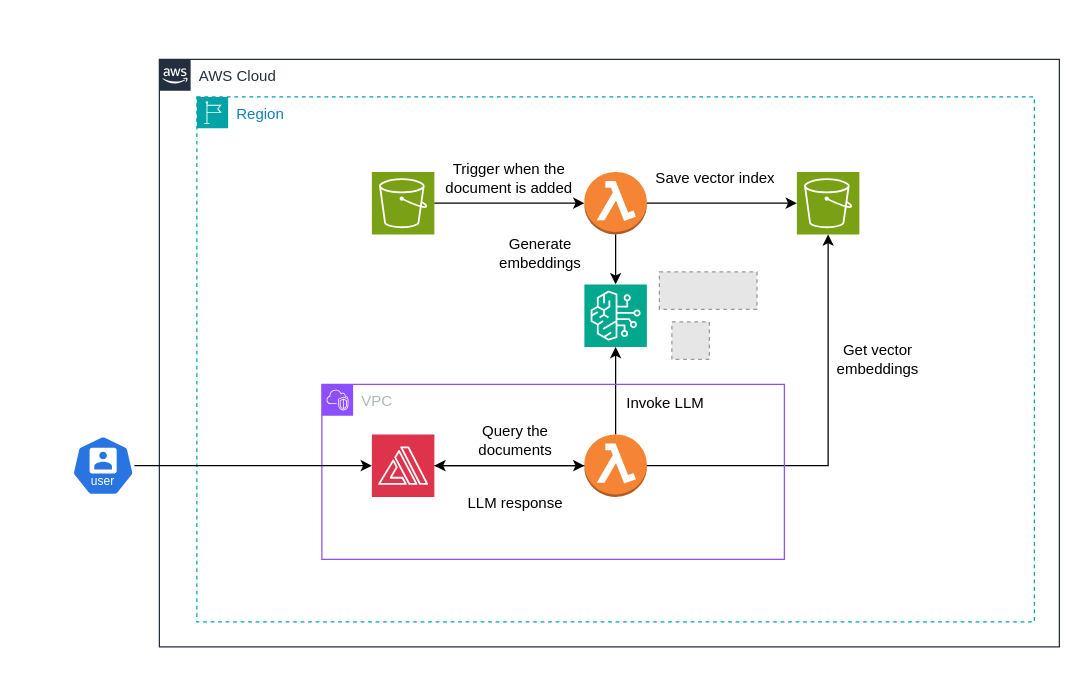
arpan65/Insurance-RAG-Chatbot keeps this draw.io diagram as architecture/RAG.drawio. Above is the earlier version. Source tidied: cells renumbered, new cells numbered last; positions are measured from the earlier drawing's top-left corner, leaving out a move shared by most shapes. Both pictures are drawn from the tidied source at 125%, with x=0, y=0 at pixel (71, 59). Pictures stored in the file or linked from it are replaced by grey dashed boxes.
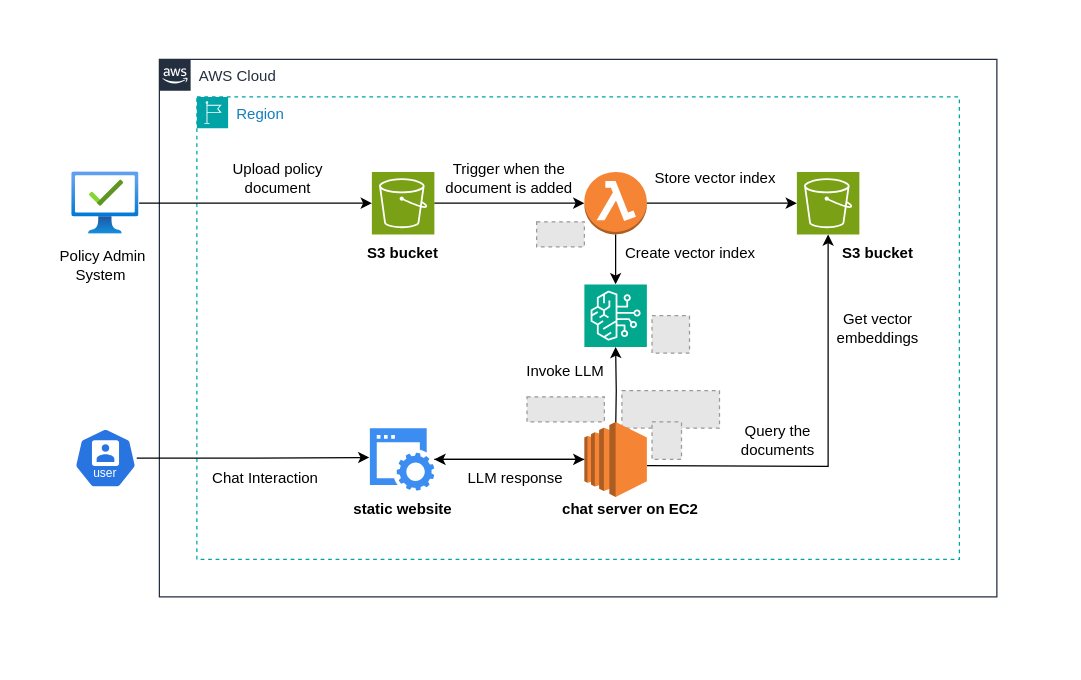
The same page after the edit.

The change refers to these unchanged cells:
```xml
<mxCell id="4" style="sketch=0;points=[[0,0,0],[0.25,0,0],[0.5,0,0],[0.75,0,0],[1,0,0],[0,1,0],[0.25,1,0],[0.5,1,0],[0.75,1,0],[1,1,0],[0,0.25,0],[0,0.5,0],[0,0.75,0],[1,0.25,0],[1,0.5,0],[1,0.75,0]];outlineConnect=0;fontColor=#232F3E;fillColor=#7AA116;strokeColor=#ffffff;dashed=0;verticalLabelPosition=bottom;verticalAlign=top;align=center;html=1;fontSize=12;fontStyle=0;shape=mxgraph.aws4.resourceIcon;resIcon=mxgraph.aws4.s3;" parent="3" vertex="1">
  <mxGeometry x="140" y="60" width="50" height="50" as="geometry" />
</mxCell>
<mxCell id="6" style="sketch=0;points=[[0,0,0],[0.25,0,0],[0.5,0,0],[0.75,0,0],[1,0,0],[0,1,0],[0.25,1,0],[0.5,1,0],[0.75,1,0],[1,1,0],[0,0.25,0],[0,0.5,0],[0,0.75,0],[1,0.25,0],[1,0.5,0],[1,0.75,0]];outlineConnect=0;fontColor=#232F3E;fillColor=#01A88D;strokeColor=#ffffff;dashed=0;verticalLabelPosition=bottom;verticalAlign=top;align=center;html=1;fontSize=12;fontStyle=0;shape=mxgraph.aws4.resourceIcon;resIcon=mxgraph.aws4.bedrock;" parent="3" vertex="1">
  <mxGeometry x="310" y="150" width="50" height="50" as="geometry" />
</mxCell>
<mxCell id="7" style="sketch=0;points=[[0,0,0],[0.25,0,0],[0.5,0,0],[0.75,0,0],[1,0,0],[0,1,0],[0.25,1,0],[0.5,1,0],[0.75,1,0],[1,1,0],[0,0.25,0],[0,0.5,0],[0,0.75,0],[1,0.25,0],[1,0.5,0],[1,0.75,0]];outlineConnect=0;fontColor=#232F3E;fillColor=#7AA116;strokeColor=#ffffff;dashed=0;verticalLabelPosition=bottom;verticalAlign=top;align=center;html=1;fontSize=12;fontStyle=0;shape=mxgraph.aws4.resourceIcon;resIcon=mxgraph.aws4.s3;" parent="3" vertex="1">
  <mxGeometry x="480" y="60" width="50" height="50" as="geometry" />
</mxCell>
```

Diff of the diagram source:
```diff
@@
     <mxCell id="2" value="AWS Cloud" style="gradientColor=none;html=1;whiteSpace=wrap;fontSize=12;fontStyle=0;shape=mxgraph.aws4.group;grIcon=mxgraph.aws4.group_aws_cloud_alt;strokeColor=#232F3E;fillColor=none;verticalAlign=top;align=left;spacingLeft=30;fontColor=#232F3E;dashed=0;" parent="1" vertex="1">
-      <mxGeometry x="70" width="720" height="470" as="geometry" />
+      <mxGeometry x="70" width="670" height="430" as="geometry" />
     </mxCell>
     <mxCell id="3" value="Region" style="gradientColor=none;html=1;whiteSpace=wrap;fontSize=12;fontStyle=0;shape=mxgraph.aws4.group;grIcon=mxgraph.aws4.group_region;strokeColor=#00A4A6;fillColor=none;verticalAlign=top;align=left;spacingLeft=30;fontColor=#147EBA;dashed=1;" parent="2" vertex="1">
-      <mxGeometry x="30" y="30" width="670" height="420" as="geometry" />
+      <mxGeometry x="30" y="30" width="610" height="370" as="geometry" />
     </mxCell>
@@
-    <mxCell id="11" style="fillColor=#E6E6E6;strokeColor=#999999;dashed=1;verticalLabelPosition=bottom;labelBackgroundColor=default;verticalAlign=top;" parent="3" vertex="1">
-      <mxGeometry x="370" y="140" width="78.1" height="30" as="geometry" />
-    </mxCell>
-    <mxCell id="12" style="edgeStyle=orthogonalEdgeStyle;rounded=0;jettySize=auto;html=1;" parent="3" edge="1" source="13" target="15">
-      <mxGeometry relative="1" as="geometry" />
-    </mxCell>
-    <mxCell id="13" style="sketch=0;points=[[0,0,0],[0.25,0,0],[0.5,0,0],[0.75,0,0],[1,0,0],[0,1,0],[0.25,1,0],[0.5,1,0],[0.75,1,0],[1,1,0],[0,0.25,0],[0,0.5,0],[0,0.75,0],[1,0.25,0],[1,0.5,0],[1,0.75,0]];outlineConnect=0;fontColor=#232F3E;fillColor=#DD344C;strokeColor=#ffffff;dashed=0;verticalLabelPosition=bottom;verticalAlign=top;align=center;html=1;fontSize=12;fontStyle=0;shape=mxgraph.aws4.resourceIcon;resIcon=mxgraph.aws4.amplify;" parent="3" vertex="1">
-      <mxGeometry x="140" y="270" width="50" height="50" as="geometry" />
-    </mxCell>
-    <mxCell id="14" style="edgeStyle=orthogonalEdgeStyle;rounded=0;jettySize=auto;html=1;" parent="3" edge="1" source="15" target="6">
-      <mxGeometry relative="1" as="geometry" />
+    <mxCell id="14" style="edgeStyle=orthogonalEdgeStyle;rounded=0;jettySize=auto;html=1;" parent="3" edge="1" target="6">
+      <mxGeometry relative="1" as="geometry">
+        <mxPoint x="335" y="270" as="sourcePoint" />
+      </mxGeometry>
     </mxCell>
-    <mxCell id="15" style="outlineConnect=0;dashed=0;verticalLabelPosition=bottom;verticalAlign=top;align=center;html=1;shape=mxgraph.aws3.lambda_function;fillColor=#F58534;gradientColor=none;" parent="3" vertex="1">
-      <mxGeometry x="310" y="270" width="50" height="50" as="geometry" />
-    </mxCell>
-    <mxCell id="16" style="edgeStyle=orthogonalEdgeStyle;rounded=0;jettySize=auto;html=1;entryX=0.5;entryY=1;entryDx=0;entryDy=0;entryPerimeter=0;" parent="3" edge="1" source="15" target="7">
-      <mxGeometry relative="1" as="geometry" />
+    <mxCell id="16" style="edgeStyle=orthogonalEdgeStyle;rounded=0;jettySize=auto;html=1;entryX=0.5;entryY=1;entryDx=0;entryDy=0;entryPerimeter=0;" parent="3" edge="1" target="7">
+      <mxGeometry relative="1" as="geometry">
+        <mxPoint x="360" y="295" as="sourcePoint" />
+      </mxGeometry>
     </mxCell>
-    <mxCell id="17" style="edgeStyle=orthogonalEdgeStyle;rounded=0;jettySize=auto;html=1;entryX=1;entryY=0.5;entryDx=0;entryDy=0;entryPerimeter=0;" parent="3" edge="1" source="15" target="13">
-      <mxGeometry relative="1" as="geometry" />
-    </mxCell>
-    <mxCell id="18" value="VPC" style="gradientColor=none;html=1;whiteSpace=wrap;fontSize=12;fontStyle=0;shape=mxgraph.aws4.group;grIcon=mxgraph.aws4.group_vpc2;strokeColor=#8C4FFF;fillColor=none;verticalAlign=top;align=left;spacingLeft=30;fontColor=#AAB7B8;dashed=0;" parent="3" vertex="1">
-      <mxGeometry x="100" y="230" width="370" height="140" as="geometry" />
-    </mxCell>
+    <mxCell id="22" value="Trigger when the document is added" style="text;html=1;align=center;verticalAlign=middle;whiteSpace=wrap;rounded=0;" parent="3" vertex="1">
+      <mxGeometry x="195" y="50" width="110" height="30" as="geometry" />
+    </mxCell>
+    <mxCell id="24" value="Store vector index" style="text;html=1;align=center;verticalAlign=middle;whiteSpace=wrap;rounded=0;" parent="3" vertex="1">
+      <mxGeometry x="360" y="50" width="110" height="30" as="geometry" />
+    </mxCell>
+    <mxCell id="25" style="fillColor=#E6E6E6;strokeColor=#999999;dashed=1;verticalLabelPosition=bottom;labelBackgroundColor=default;verticalAlign=top;" parent="3" vertex="1">
+      <mxGeometry x="364.1" y="175" width="30" height="30" as="geometry" />
+    </mxCell>
+    <mxCell id="26" value="Get vector embeddings" style="text;html=1;align=center;verticalAlign=middle;whiteSpace=wrap;rounded=0;" parent="3" vertex="1">
+      <mxGeometry x="490" y="170" width="110" height="30" as="geometry" />
+    </mxCell>
+    <mxCell id="29" value="Chat Interaction" style="text;html=1;align=center;verticalAlign=middle;whiteSpace=wrap;rounded=0;" parent="3" vertex="1">
+      <mxGeometry y="290" width="110" height="30" as="geometry" />
+    </mxCell>
+    <mxCell id="30" value="Upload policy document" style="text;html=1;align=center;verticalAlign=middle;whiteSpace=wrap;rounded=0;" parent="3" vertex="1">
+      <mxGeometry x="10" y="50" width="110" height="30" as="geometry" />
+    </mxCell>
-    <mxCell id="19" value="Query the documents" style="text;html=1;align=center;verticalAlign=middle;whiteSpace=wrap;rounded=0;" parent="18" vertex="1">
-      <mxGeometry x="100" y="30" width="110" height="30" as="geometry" />
+    <mxCell id="19" value="Query the documents" style="text;html=1;align=center;verticalAlign=middle;whiteSpace=wrap;rounded=0;" parent="3" vertex="1">
+      <mxGeometry x="410" y="260" width="110" height="30" as="geometry" />
     </mxCell>
-    <mxCell id="20" value="Invoke LLM" style="text;html=1;align=center;verticalAlign=middle;whiteSpace=wrap;rounded=0;" parent="18" vertex="1">
-      <mxGeometry x="220" width="110" height="30" as="geometry" />
+    <mxCell id="20" value="Invoke LLM" style="text;html=1;align=center;verticalAlign=middle;whiteSpace=wrap;rounded=0;" parent="3" vertex="1">
+      <mxGeometry x="240" y="205" width="110" height="30" as="geometry" />
     </mxCell>
-    <mxCell id="21" value="LLM response" style="text;html=1;align=center;verticalAlign=middle;whiteSpace=wrap;rounded=0;" parent="18" vertex="1">
-      <mxGeometry x="100" y="80" width="110" height="30" as="geometry" />
+    <mxCell id="21" value="LLM response" style="text;html=1;align=center;verticalAlign=middle;whiteSpace=wrap;rounded=0;" parent="3" vertex="1">
+      <mxGeometry x="200" y="290" width="110" height="30" as="geometry" />
     </mxCell>
-    <mxCell id="22" value="Trigger when the document is added" style="text;html=1;align=center;verticalAlign=middle;whiteSpace=wrap;rounded=0;" parent="3" vertex="1">
-      <mxGeometry x="195" y="50" width="110" height="30" as="geometry" />
-    </mxCell>
-    <mxCell id="23" value="Generate embeddings" style="text;html=1;align=center;verticalAlign=middle;whiteSpace=wrap;rounded=0;" parent="3" vertex="1">
-      <mxGeometry x="220" y="110" width="110" height="30" as="geometry" />
-    </mxCell>
-    <mxCell id="24" value="Save vector index" style="text;html=1;align=center;verticalAlign=middle;whiteSpace=wrap;rounded=0;" parent="3" vertex="1">
-      <mxGeometry x="360" y="50" width="110" height="30" as="geometry" />
-    </mxCell>
-    <mxCell id="25" style="fillColor=#E6E6E6;strokeColor=#999999;dashed=1;verticalLabelPosition=bottom;labelBackgroundColor=default;verticalAlign=top;" parent="3" vertex="1">
-      <mxGeometry x="380" y="180" width="30" height="30" as="geometry" />
-    </mxCell>
-    <mxCell id="26" value="Get vector embeddings" style="text;html=1;align=center;verticalAlign=middle;whiteSpace=wrap;rounded=0;" parent="3" vertex="1">
-      <mxGeometry x="490" y="195" width="110" height="30" as="geometry" />
-    </mxCell>
+    <mxCell id="31" style="sketch=0;html=1;strokeColor=none;shadow=0;fillColor=#3B8DF1;verticalAlign=top;labelPosition=center;verticalLabelPosition=bottom;shape=mxgraph.gcp2.website;" parent="3" vertex="1">
+      <mxGeometry x="138.4" y="265" width="51.5" height="50" as="geometry" />
+    </mxCell>
+    <mxCell id="32" style="fillColor=#E6E6E6;strokeColor=#999999;dashed=1;verticalLabelPosition=bottom;labelBackgroundColor=default;verticalAlign=top;" parent="3" vertex="1">
+      <mxGeometry x="264.1" y="240" width="61.9" height="20" as="geometry" />
+    </mxCell>
+    <mxCell id="11" style="fillColor=#E6E6E6;strokeColor=#999999;dashed=1;verticalLabelPosition=bottom;labelBackgroundColor=default;verticalAlign=top;" parent="3" vertex="1">
+      <mxGeometry x="340" y="235" width="78.1" height="30" as="geometry" />
+    </mxCell>
+    <mxCell id="33" style="edgeStyle=orthogonalEdgeStyle;rounded=0;jettySize=auto;html=1;" parent="3" edge="1" source="34">
+      <mxGeometry relative="1" as="geometry">
+        <mxPoint x="190" y="290" as="targetPoint" />
+      </mxGeometry>
+    </mxCell>
+    <mxCell id="34" style="outlineConnect=0;dashed=0;verticalLabelPosition=bottom;verticalAlign=top;align=center;html=1;shape=mxgraph.aws3.ec2;fillColor=#F58534;gradientColor=none;" parent="3" vertex="1">
+      <mxGeometry x="310" y="260" width="50" height="60" as="geometry" />
+    </mxCell>
+    <mxCell id="35" style="edgeStyle=orthogonalEdgeStyle;rounded=0;jettySize=auto;html=1;entryX=0;entryY=0.5;entryDx=0;entryDy=0;entryPerimeter=0;" parent="3" edge="1" source="31" target="34">
+      <mxGeometry relative="1" as="geometry" />
+    </mxCell>
+    <mxCell id="36" value="&lt;b&gt;static website&lt;/b&gt;" style="text;html=1;align=center;verticalAlign=middle;whiteSpace=wrap;rounded=0;" parent="3" vertex="1">
+      <mxGeometry x="110" y="315" width="110" height="30" as="geometry" />
+    </mxCell>
+    <mxCell id="37" value="&lt;b&gt;chat server on EC2&lt;/b&gt;" style="text;html=1;align=center;verticalAlign=middle;whiteSpace=wrap;rounded=0;" parent="3" vertex="1">
+      <mxGeometry x="284.1" y="315" width="126" height="30" as="geometry" />
+    </mxCell>
+    <mxCell id="38" value="&lt;b&gt;S3 bucket&lt;/b&gt;" style="text;html=1;align=center;verticalAlign=middle;whiteSpace=wrap;rounded=0;" parent="3" vertex="1">
+      <mxGeometry x="110" y="110" width="110" height="30" as="geometry" />
+    </mxCell>
+    <mxCell id="39" value="&lt;b&gt;S3 bucket&lt;/b&gt;" style="text;html=1;align=center;verticalAlign=middle;whiteSpace=wrap;rounded=0;" parent="3" vertex="1">
+      <mxGeometry x="490" y="110" width="110" height="30" as="geometry" />
+    </mxCell>
+    <mxCell id="40" value="Create vector index" style="text;html=1;align=center;verticalAlign=middle;whiteSpace=wrap;rounded=0;" parent="3" vertex="1">
+      <mxGeometry x="340" y="110" width="110" height="30" as="geometry" />
+    </mxCell>
+    <mxCell id="41" style="fillColor=#E6E6E6;strokeColor=#999999;dashed=1;verticalLabelPosition=bottom;labelBackgroundColor=default;verticalAlign=top;" parent="3" vertex="1">
+      <mxGeometry x="364.1" y="260" width="23.6" height="30" as="geometry" />
+    </mxCell>
+    <mxCell id="42" style="fillColor=#E6E6E6;strokeColor=#999999;dashed=1;verticalLabelPosition=bottom;labelBackgroundColor=default;verticalAlign=top;" parent="3" vertex="1">
+      <mxGeometry x="271.8" y="100" width="38.2" height="20" as="geometry" />
+    </mxCell>
     <mxCell id="27" style="sketch=0;html=1;dashed=0;whitespace=wrap;verticalLabelPosition=bottom;verticalAlign=top;fillColor=#2875E2;strokeColor=#ffffff;points=[[0.005,0.63,0],[0.1,0.2,0],[0.9,0.2,0],[0.5,0,0],[0.995,0.63,0],[0.72,0.99,0],[0.5,1,0],[0.28,0.99,0]];shape=mxgraph.kubernetes.icon2;kubernetesLabel=1;prIcon=user;" parent="1" vertex="1">
-      <mxGeometry y="301" width="50" height="48" as="geometry" />
+      <mxGeometry x="1.9" y="295" width="50" height="48" as="geometry" />
     </mxCell>
-    <mxCell id="28" style="edgeStyle=orthogonalEdgeStyle;rounded=0;jettySize=auto;html=1;entryX=0;entryY=0.5;entryDx=0;entryDy=0;entryPerimeter=0;" parent="1" edge="1" source="27" target="13">
-      <mxGeometry relative="1" as="geometry" />
-    </mxCell>
+    <mxCell id="43" style="image;html=1;points=[];align=center;fontSize=12;image=img/lib/azure2/management_governance/Managed_Desktop.svg;" parent="1" vertex="1">
+      <mxGeometry y="90" width="53.8" height="50" as="geometry" />
+    </mxCell>
+    <mxCell id="44" value="Policy Admin System&amp;nbsp;" style="text;html=1;align=center;verticalAlign=middle;whiteSpace=wrap;rounded=0;" parent="1" vertex="1">
+      <mxGeometry x="-30" y="150" width="110" height="30" as="geometry" />
+    </mxCell>
+    <mxCell id="45" style="edgeStyle=orthogonalEdgeStyle;rounded=0;jettySize=auto;html=1;entryX=0;entryY=0.5;entryDx=0;entryDy=0;entryPerimeter=0;" parent="1" edge="1" source="43" target="4">
+      <mxGeometry relative="1" as="geometry" />
+    </mxCell>
+    <mxCell id="46" style="edgeStyle=orthogonalEdgeStyle;rounded=0;jettySize=auto;html=1;entryX=-0.009;entryY=0.47;entryDx=0;entryDy=0;entryPerimeter=0;" parent="1" edge="1" source="27" target="31">
+      <mxGeometry relative="1" as="geometry" />
+    </mxCell>
+    <mxCell id="47" style="rounded=0;whiteSpace=wrap;html=1;fillColor=none;strokeColor=none;" parent="1" vertex="1">
+      <mxGeometry x="-40" y="-30" width="830" height="510" as="geometry" />
+    </mxCell>
```
